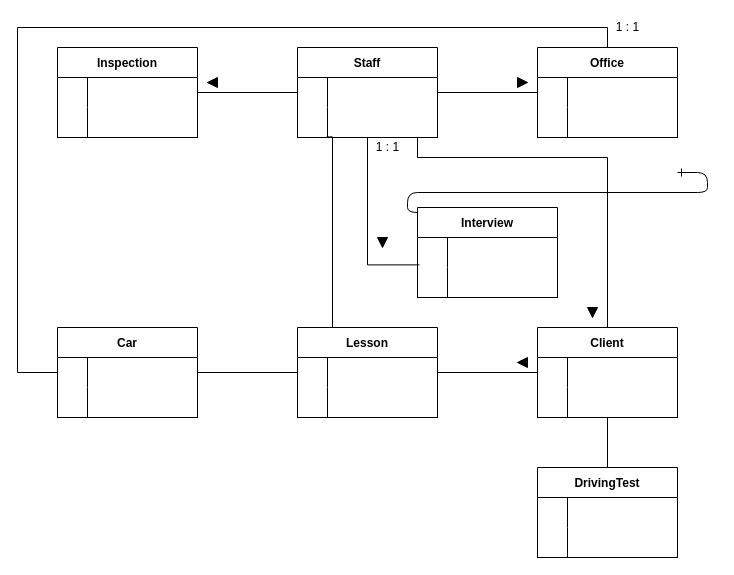
This is Untitled Diagram.drawio from megaunknown/UML, a draw.io file, before an edit. Source tidied: cells renumbered, new cells numbered last; positions are measured from the earlier drawing's top-left corner, leaving out a move shared by most shapes. Both pictures are drawn from the tidied source at 100%, with x=0, y=0 at pixel (17, 17).
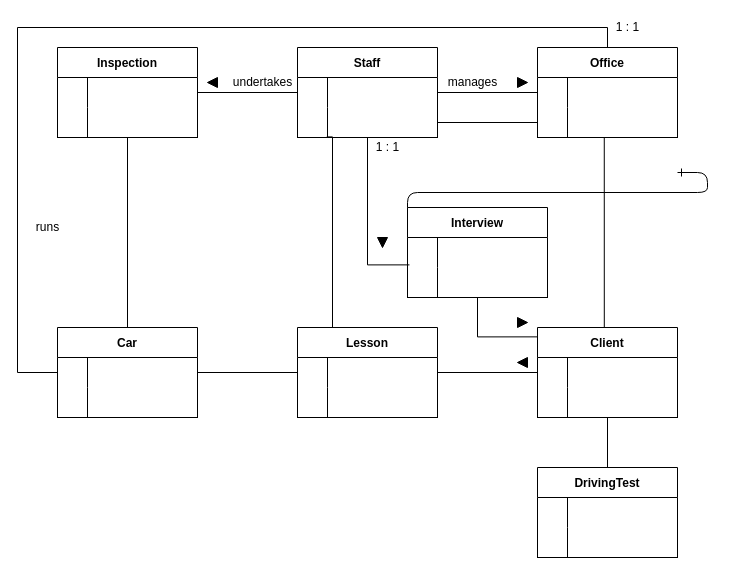
The same diagram, later.

Unchanged cells that the change refers to:
```xml
<mxCell id="4" value="Inspection" style="shape=table;startSize=30;childLayout=tableLayout;rowLines=0;fontStyle=1;align=center;" parent="1" vertex="1">
  <mxGeometry x="40" y="30" width="140" height="90" as="geometry" />
</mxCell>
<mxCell id="16" style="shape=partialRectangle;fillColor=none;points=[[0,0.5],[1,0.5]];portConstraint=eastwest;top=0;left=0;right=0;bottom=1;" parent="12" vertex="1">
  <mxGeometry y="60" width="140" height="30" as="geometry" />
</mxCell>
<mxCell id="20" value="Car" style="shape=table;startSize=30;childLayout=tableLayout;rowLines=0;fontStyle=1;align=center;" parent="1" vertex="1">
  <mxGeometry x="40" y="310" width="140" height="90" as="geometry" />
</mxCell>
<mxCell id="46" style="shape=partialRectangle;fillColor=none;points=[[0,0.5],[1,0.5]];portConstraint=eastwest;top=0;left=0;right=0;bottom=1;" parent="42" vertex="1">
  <mxGeometry y="60" width="140" height="30" as="geometry" />
</mxCell>
<mxCell id="50" value="Client" style="shape=table;startSize=30;childLayout=tableLayout;rowLines=0;fontStyle=1;align=center;" parent="1" vertex="1">
  <mxGeometry x="520" y="310" width="140" height="90" as="geometry" />
</mxCell>
```

Change to the diagram source:
```diff
@@
+    <mxCell id="75" style="edgeStyle=orthogonalEdgeStyle;rounded=0;jettySize=auto;html=1;entryX=0.5;entryY=0;entryDx=0;entryDy=0;endArrow=none;endFill=0;" parent="1" edge="1" source="4" target="20">
+      <mxGeometry relative="1" as="geometry" />
+    </mxCell>
@@
+    <mxCell id="76" style="edgeStyle=orthogonalEdgeStyle;rounded=0;jettySize=auto;html=1;entryX=-0.003;entryY=0.104;entryDx=0;entryDy=0;entryPerimeter=0;endArrow=none;endFill=0;" parent="1" edge="1" source="35" target="50">
+      <mxGeometry relative="1" as="geometry" />
+    </mxCell>
     <mxCell id="35" value="Interview" style="shape=table;startSize=30;childLayout=tableLayout;rowLines=0;fontStyle=1;align=center;" parent="1" vertex="1">
-      <mxGeometry x="400" y="190" width="140" height="90" as="geometry" />
+      <mxGeometry x="390" y="190" width="140" height="90" as="geometry" />
     </mxCell>
@@
+    <mxCell id="77" style="edgeStyle=orthogonalEdgeStyle;rounded=0;jettySize=auto;html=1;exitX=0.5;exitY=0;exitDx=0;exitDy=0;entryX=0.477;entryY=1.007;entryDx=0;entryDy=0;entryPerimeter=0;endArrow=none;endFill=0;" parent="1" edge="1" source="50" target="46">
+      <mxGeometry relative="1" as="geometry">
+        <Array as="points">
+          <mxPoint x="587" y="310" />
+        </Array>
+      </mxGeometry>
+    </mxCell>
@@
-    <mxCell id="66" style="edgeStyle=orthogonalEdgeStyle;rounded=0;jettySize=auto;html=1;endArrow=none;endFill=0;" parent="1" edge="1" source="16" target="50">
-      <mxGeometry relative="1" as="geometry">
-        <Array as="points">
-          <mxPoint x="400" y="140" />
-          <mxPoint x="590" y="140" />
-        </Array>
-      </mxGeometry>
-    </mxCell>
@@
-    <mxCell id="73" style="triangle;whiteSpace=wrap;html=1;fillColor=#000000;rotation=90;" parent="1" vertex="1">
-      <mxGeometry x="570" y="290" width="10" height="10" as="geometry" />
+    <mxCell id="73" style="triangle;whiteSpace=wrap;html=1;fillColor=#000000;rotation=0;" parent="1" vertex="1">
+      <mxGeometry x="500" y="300" width="10" height="10" as="geometry" />
     </mxCell>
@@
+    <mxCell id="78" value="undertakes" style="text;html=1;align=center;verticalAlign=middle;" parent="1" vertex="1">
+      <mxGeometry x="210" y="55" width="70" height="20" as="geometry" />
+    </mxCell>
+    <mxCell id="79" value="manages" style="text;html=1;align=center;verticalAlign=middle;" parent="1" vertex="1">
+      <mxGeometry x="420" y="55" width="70" height="20" as="geometry" />
+    </mxCell>
+    <mxCell id="80" value="runs" style="text;html=1;align=center;verticalAlign=middle;" parent="1" vertex="1">
+      <mxGeometry x="10" y="200" width="40" height="20" as="geometry" />
+    </mxCell>
+    <mxCell id="81" style="edgeStyle=orthogonalEdgeStyle;rounded=0;jettySize=auto;html=1;entryX=0;entryY=0.5;entryDx=0;entryDy=0;endArrow=none;endFill=0;" parent="1" edge="1" source="16" target="46">
+      <mxGeometry relative="1" as="geometry" />
+    </mxCell>
```
